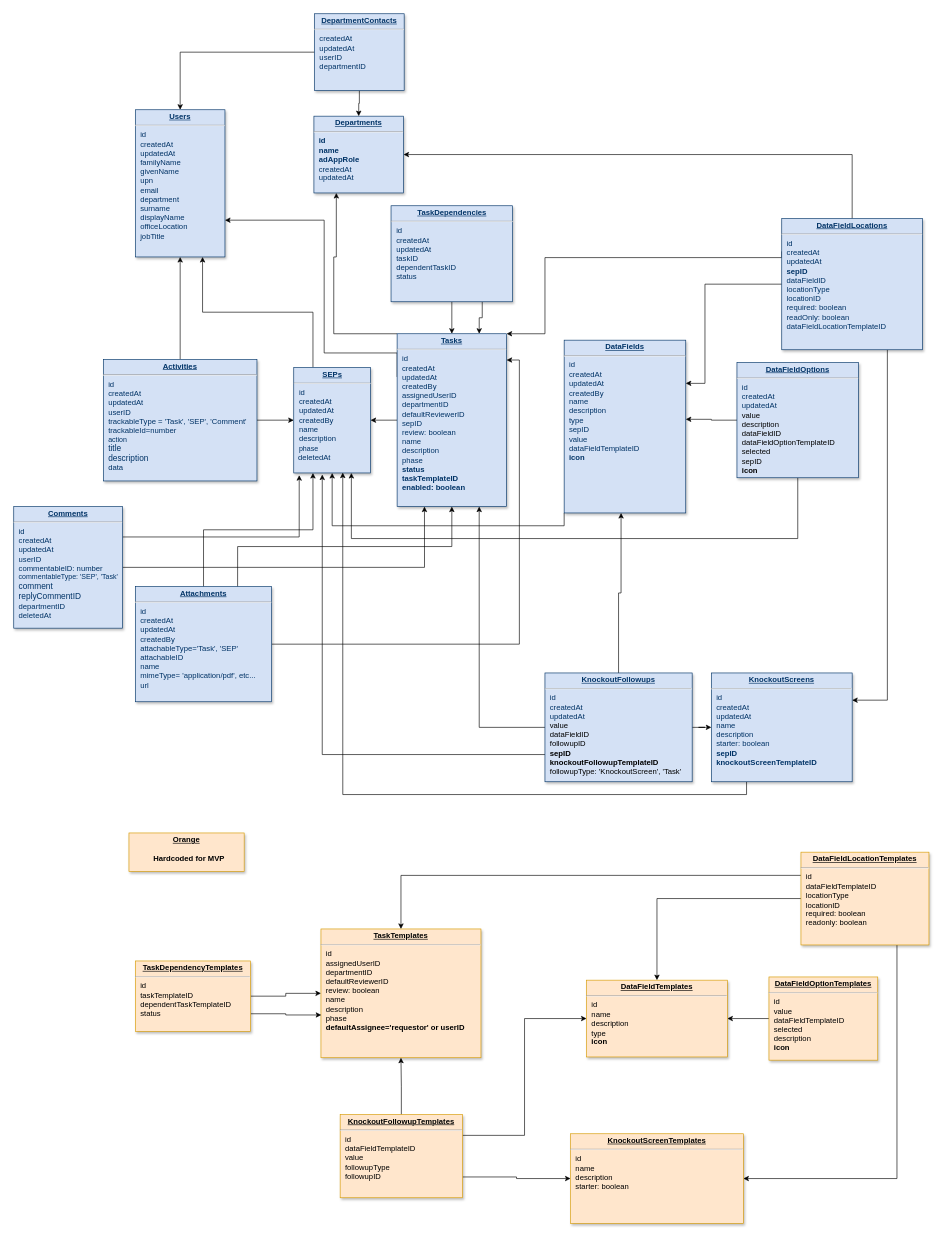
Before: docs/sep-database.drawio.xml in BitCoyote/Solution-Enablement-Process, a draw.io diagram. Source tidied: cells renumbered, new cells numbered last; positions are measured from the earlier drawing's top-left corner, leaving out a move shared by most shapes. Both pictures are drawn from the tidied source at 64%, with x=0, y=0 at pixel (13, 13).
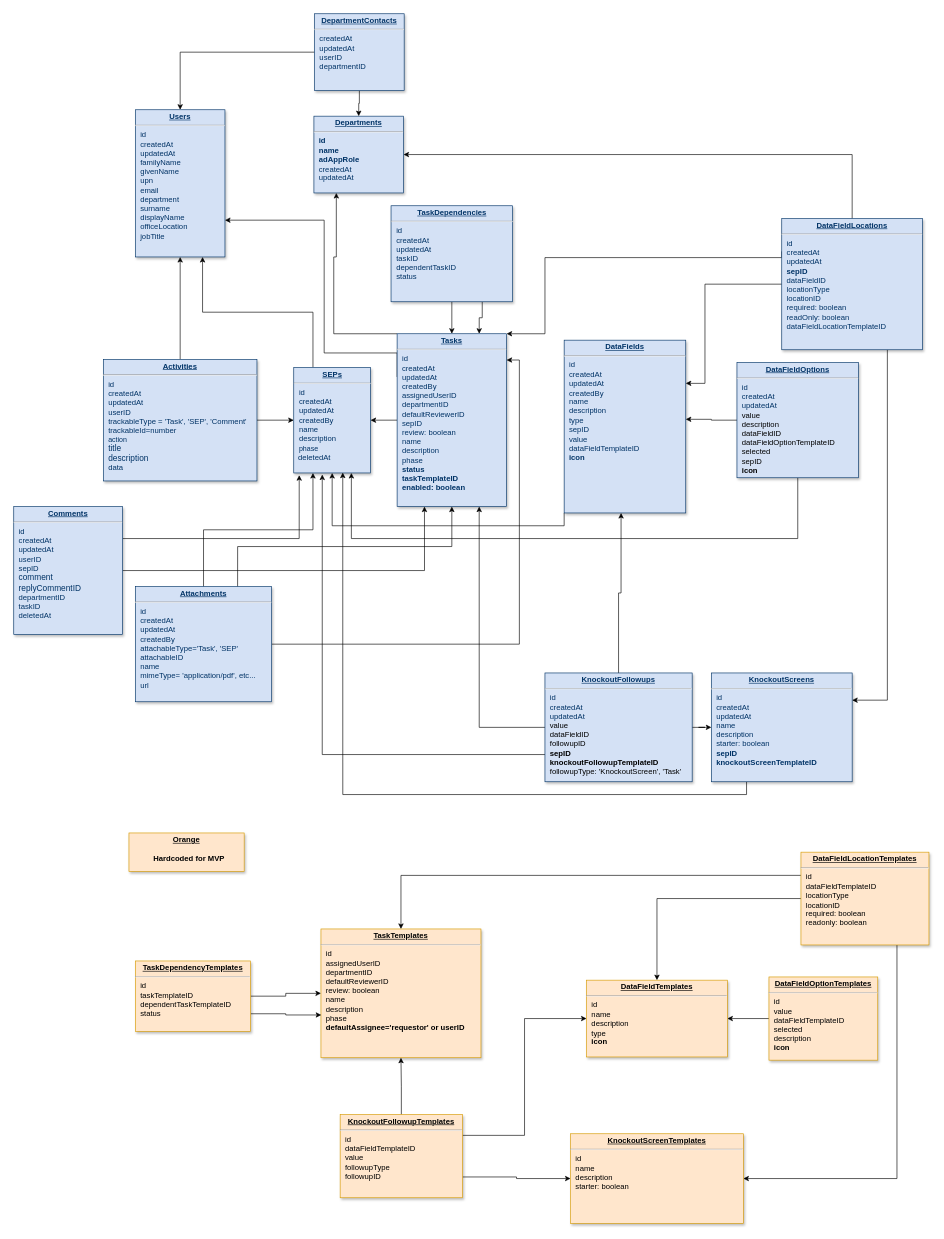
The same page after the edit.

What changed in the source:
```diff
@@
-    <mxCell id="20" value="&lt;p style=&quot;margin: 0px; margin-top: 4px; text-align: center; text-decoration: underline;&quot;&gt;&lt;strong&gt;Comments&lt;/strong&gt;&lt;/p&gt;&lt;hr&gt;&lt;p style=&quot;margin: 0px; margin-left: 8px;&quot;&gt;id&lt;/p&gt;&lt;p style=&quot;margin: 0px; margin-left: 8px;&quot;&gt;createdAt&lt;/p&gt;&lt;p style=&quot;margin: 0px; margin-left: 8px;&quot;&gt;updatedAt&lt;/p&gt;&lt;p style=&quot;margin: 0px; margin-left: 8px;&quot;&gt;userID&lt;/p&gt;&lt;p style=&quot;margin: 0px; margin-left: 8px;&quot;&gt;commentableID: number&lt;/p&gt;&lt;p style=&quot;margin: 0px 0px 0px 8px; font-size: 11px;&quot;&gt;&lt;span style=&quot;background-color: initial;&quot;&gt;&lt;font style=&quot;font-size: 11px;&quot;&gt;commentableType: 'SEP', 'Task'&lt;/font&gt;&lt;/span&gt;&lt;/p&gt;&lt;p style=&quot;margin: 0px 0px 0px 8px; font-size: 13px;&quot;&gt;&lt;font style=&quot;font-size: 13px;&quot;&gt;&lt;span style=&quot;background-color: initial;&quot;&gt;comment&lt;/span&gt;&lt;br&gt;&lt;/font&gt;&lt;/p&gt;&lt;p style=&quot;margin: 0px 0px 0px 8px; font-size: 13px;&quot;&gt;replyCommentID&lt;/p&gt;&lt;p style=&quot;margin: 0px; margin-left: 8px;&quot;&gt;departmentID&lt;/p&gt;&lt;p style=&quot;margin: 0px; margin-left: 8px;&quot;&gt;deletedAt&lt;/p&gt;" style="verticalAlign=top;align=left;overflow=fill;fontSize=12;fontFamily=Helvetica;html=1;strokeColor=#003366;shadow=1;fillColor=#D4E1F5;fontColor=#003366;" parent="1" vertex="1">
-      <mxGeometry y="770" width="170" height="190" as="geometry" />
+    <mxCell id="20" value="&lt;p style=&quot;margin: 0px; margin-top: 4px; text-align: center; text-decoration: underline;&quot;&gt;&lt;strong&gt;Comments&lt;/strong&gt;&lt;/p&gt;&lt;hr&gt;&lt;p style=&quot;margin: 0px; margin-left: 8px;&quot;&gt;id&lt;/p&gt;&lt;p style=&quot;margin: 0px; margin-left: 8px;&quot;&gt;createdAt&lt;/p&gt;&lt;p style=&quot;margin: 0px; margin-left: 8px;&quot;&gt;updatedAt&lt;/p&gt;&lt;p style=&quot;margin: 0px; margin-left: 8px;&quot;&gt;userID&lt;/p&gt;&lt;p style=&quot;margin: 0px; margin-left: 8px;&quot;&gt;sepID&lt;/p&gt;&lt;p style=&quot;margin: 0px 0px 0px 8px; font-size: 11px;&quot;&gt;&lt;span style=&quot;background-color: initial; font-size: 13px;&quot;&gt;comment&lt;/span&gt;&lt;br&gt;&lt;/p&gt;&lt;p style=&quot;margin: 0px 0px 0px 8px; font-size: 13px;&quot;&gt;replyCommentID&lt;/p&gt;&lt;p style=&quot;margin: 0px; margin-left: 8px;&quot;&gt;departmentID&lt;/p&gt;&lt;p style=&quot;margin: 0px; margin-left: 8px;&quot;&gt;taskID&lt;/p&gt;&lt;p style=&quot;margin: 0px; margin-left: 8px;&quot;&gt;deletedAt&lt;/p&gt;" style="verticalAlign=top;align=left;overflow=fill;fontSize=12;fontFamily=Helvetica;html=1;strokeColor=#003366;shadow=1;fillColor=#D4E1F5;fontColor=#003366;" parent="1" vertex="1">
+      <mxGeometry y="770" width="170" height="200" as="geometry" />
     </mxCell>
```
